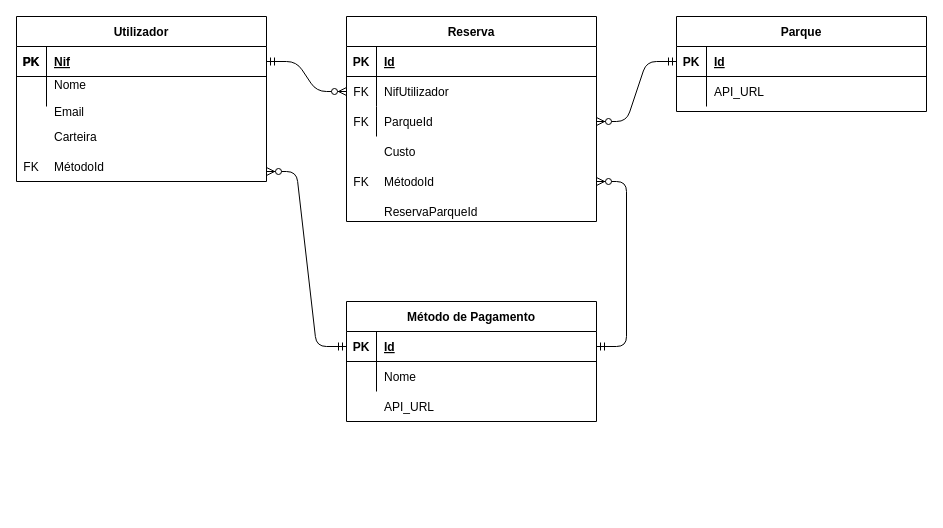
The draw.io diagram Documentos/Sprint3/Modelo Relacional/Modelo Relacional.drawio in UPskillDOTNET/Jakim-das-Coives-S.A., before the edit. Source tidied: cells renumbered, new cells numbered last; positions are measured from the earlier drawing's top-left corner, leaving out a move shared by most shapes. Both pictures are drawn from the tidied source at 100%, with x=0, y=0 at pixel (16, 16).
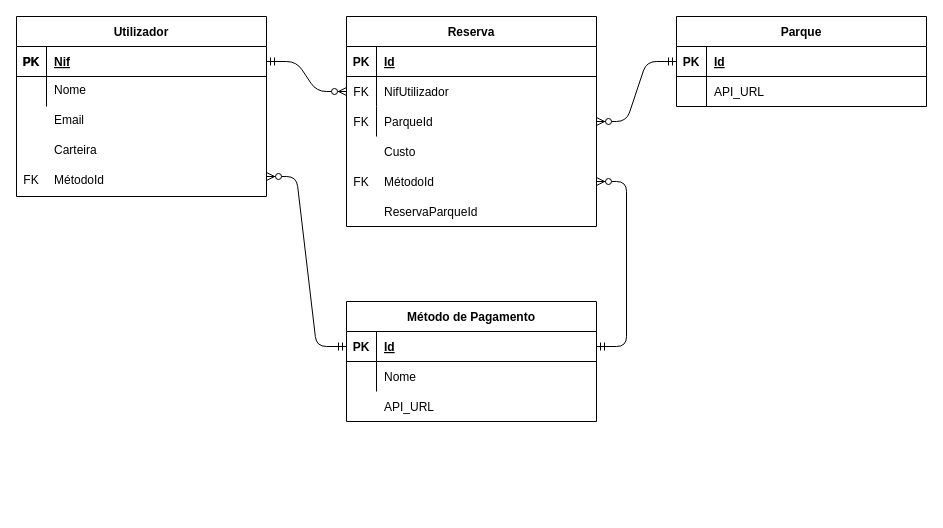
The same page after the edit.

Unchanged cells that the change refers to:
```xml
<mxCell id="16" style="shape=partialRectangle;fillColor=none;top=0;left=0;right=0;bottom=0;" parent="12" vertex="1">
  <mxGeometry y="60" width="250" height="30" as="geometry" />
</mxCell>
<mxCell id="39" style="shape=partialRectangle;fillColor=none;points=[[0,0.5],[1,0.5]];portConstraint=eastwest;top=0;left=0;right=0;bottom=1;" parent="38" vertex="1">
  <mxGeometry y="30" width="250" height="30" as="geometry" />
</mxCell>
```

The edit, as a diff of the source:
```diff
@@
     <mxCell id="2" value="Reserva" style="shape=table;startSize=30;childLayout=tableLayout;rowLines=0;fontStyle=1;align=center;" parent="1" vertex="1">
-      <mxGeometry x="330" width="250" height="205" as="geometry" />
+      <mxGeometry x="330" width="250" height="210" as="geometry" />
     </mxCell>
@@
     <mxCell id="12" value="Utilizador" style="shape=table;startSize=30;childLayout=tableLayout;rowLines=0;fontStyle=1;align=center;" parent="1" vertex="1">
-      <mxGeometry width="250" height="165" as="geometry" />
+      <mxGeometry width="250" height="180" as="geometry" />
     </mxCell>
@@
-    <mxCell id="18" value="Nome&#10;" style="shape=partialRectangle;overflow=hidden;fillColor=none;top=0;left=0;bottom=0;right=0;align=left;spacingLeft=6;" parent="16" vertex="1">
+    <mxCell id="18" value="Nome&#10;" style="shape=partialRectangle;overflow=hidden;fillColor=none;top=0;left=0;bottom=0;right=0;align=left;spacingLeft=6;verticalAlign=top;" parent="16" vertex="1">
       <mxGeometry x="30" width="220" height="30" as="geometry" />
     </mxCell>
     <mxCell id="19" value="Email" style="shape=partialRectangle;overflow=hidden;fillColor=none;top=0;left=0;bottom=0;right=0;align=left;spacingLeft=6;" parent="1" vertex="1">
-      <mxGeometry x="30" y="80" width="220" height="30" as="geometry" />
+      <mxGeometry x="30" y="87.5" width="220" height="30" as="geometry" />
     </mxCell>
@@
     <mxCell id="23" value="Carteira" style="shape=partialRectangle;overflow=hidden;fillColor=none;top=0;left=0;bottom=0;right=0;align=left;spacingLeft=6;" parent="1" vertex="1">
-      <mxGeometry x="30" y="105" width="220" height="30" as="geometry" />
+      <mxGeometry x="30" y="117.5" width="220" height="30" as="geometry" />
     </mxCell>
@@
     <mxCell id="25" value="MétodoId" style="shape=partialRectangle;overflow=hidden;fillColor=none;top=0;left=0;bottom=0;right=0;align=left;spacingLeft=6;" parent="1" vertex="1">
-      <mxGeometry x="30" y="135" width="220" height="30" as="geometry" />
+      <mxGeometry x="30" y="147.5" width="220" height="30" as="geometry" />
     </mxCell>
@@
     <mxCell id="28" value="Parque" style="shape=table;startSize=30;childLayout=tableLayout;rowLines=0;fontStyle=1;align=center;" parent="1" vertex="1">
-      <mxGeometry x="660" width="250" height="95" as="geometry" />
+      <mxGeometry x="660" width="250" height="90" as="geometry" />
     </mxCell>
@@
-    <mxCell id="35" style="shape=partialRectangle;overflow=hidden;fillColor=none;top=0;left=0;bottom=0;right=0;align=left;spacingLeft=6;" parent="1" vertex="1">
-      <mxGeometry x="10" y="435" width="220" height="30" as="geometry" />
-    </mxCell>
-    <mxCell id="36" style="shape=partialRectangle;overflow=hidden;fillColor=none;top=0;left=0;bottom=0;right=0;align=left;spacingLeft=6;" parent="1" vertex="1">
-      <mxGeometry x="10" y="465" width="220" height="30" as="geometry" />
-    </mxCell>
@@
     <mxCell id="46" style="edgeStyle=entityRelationEdgeStyle;fontSize=12;html=1;endArrow=ERmandOne;startArrow=ERzeroToMany;startFill=1;endFill=0;entryX=0;entryY=0.5;entryDx=0;entryDy=0;" parent="1" edge="1" target="39">
       <mxGeometry relative="1" as="geometry">
-        <mxPoint x="250" y="155" as="sourcePoint" />
+        <mxPoint x="250" y="160" as="sourcePoint" />
       </mxGeometry>
     </mxCell>
@@
     <mxCell id="48" value="FK" style="shape=partialRectangle;overflow=hidden;fillColor=none;top=0;left=0;bottom=0;right=0;" parent="1" vertex="1">
-      <mxGeometry y="135" width="30" height="30" as="geometry" />
+      <mxGeometry y="147.5" width="30" height="30" as="geometry" />
     </mxCell>
```
